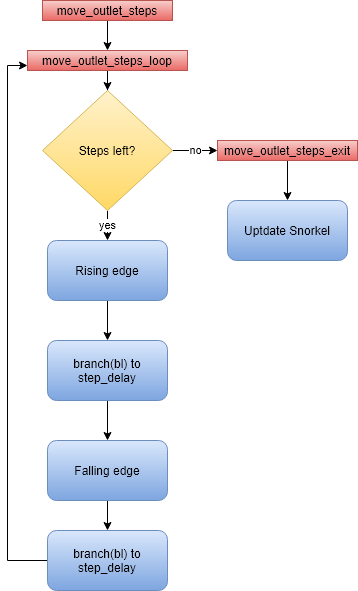
Before: diagrams/export/Programmablauf_move_outlet_steps.png, a diagram exported from draw.io (DerToaster98/SysProgTIT18). Source tidied: cells renumbered, new cells last; positions are measured from the earlier drawing's top-left corner, leaving out a move shared by most shapes.
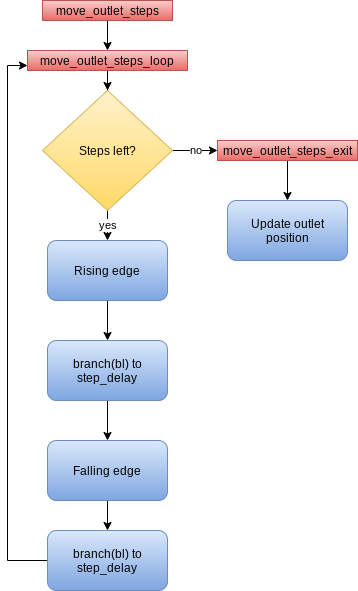
Above is the later version.

Change to the diagram source:
```diff
@@ -58,7 +58,7 @@
     <mxCell id="18" value="branch(bl) to&lt;br&gt;step_delay" style="rounded=1;whiteSpace=wrap;html=1;gradientColor=#7ea6e0;fillColor=#dae8fc;strokeColor=#6c8ebf;" parent="1" vertex="1">
       <mxGeometry x="40" y="530" width="120" height="60" as="geometry" />
     </mxCell>
-    <mxCell id="19" value="Uptdate Snorkel" style="rounded=1;whiteSpace=wrap;html=1;gradientColor=#7ea6e0;fillColor=#dae8fc;strokeColor=#6c8ebf;" parent="1" vertex="1">
+    <mxCell id="19" value="Update outlet position" style="rounded=1;whiteSpace=wrap;html=1;gradientColor=#7ea6e0;fillColor=#dae8fc;strokeColor=#6c8ebf;" parent="1" vertex="1">
       <mxGeometry x="220" y="200" width="120" height="60" as="geometry" />
     </mxCell>
   </root>
```
